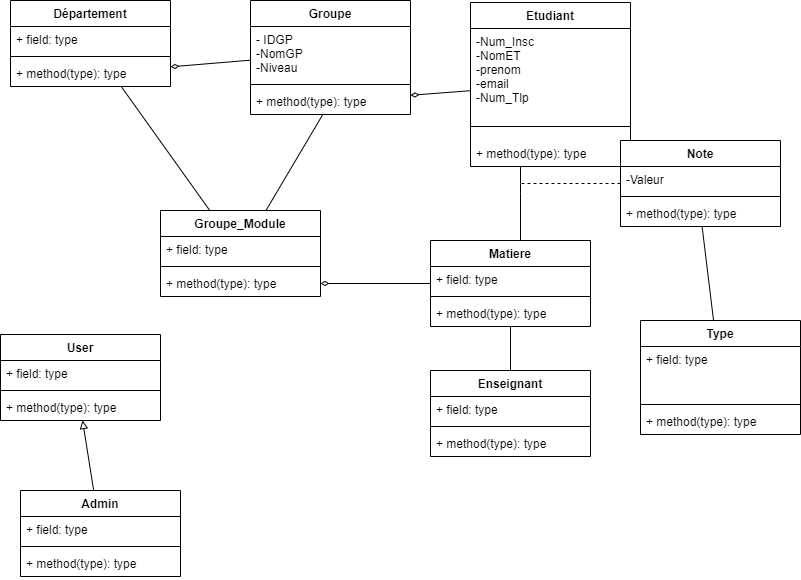
Earlier version of the draw.io export Diag.drawio.png (malouu/Diag_JEE). Source tidied: cells renumbered, new cells last; positions are measured from the earlier drawing's top-left corner, leaving out a move shared by most shapes. Source of this version:
```xml
<mxGraphModel>
  <root>
    <mxCell id="0" />
    <mxCell id="1" parent="0" />
    <mxCell id="2" style="edgeStyle=none;html=1;endArrow=none;endFill=0;" parent="1" edge="1" source="3" target="31">
      <mxGeometry relative="1" as="geometry" />
    </mxCell>
    <mxCell id="3" value="Enseignant" style="swimlane;fontStyle=1;align=center;verticalAlign=top;horizontal=1;startSize=26;" parent="1" vertex="1">
      <mxGeometry x="430" y="370" width="160" height="86" as="geometry" />
    </mxCell>
    <mxCell id="4" value="+ field: type" style="text;strokeColor=none;fillColor=none;align=left;verticalAlign=top;spacingLeft=4;spacingRight=4;overflow=hidden;" parent="3" vertex="1">
      <mxGeometry y="26" width="160" height="26" as="geometry" />
    </mxCell>
    <mxCell id="5" style="line;strokeWidth=1;fillColor=none;align=left;verticalAlign=middle;spacingTop=-1;spacingLeft=3;spacingRight=3;labelPosition=right;" parent="3" vertex="1">
      <mxGeometry y="52" width="160" height="8" as="geometry" />
    </mxCell>
    <mxCell id="6" value="+ method(type): type" style="text;strokeColor=none;fillColor=none;align=left;verticalAlign=top;spacingLeft=4;spacingRight=4;overflow=hidden;" parent="3" vertex="1">
      <mxGeometry y="60" width="160" height="26" as="geometry" />
    </mxCell>
    <mxCell id="7" style="edgeStyle=none;html=1;endArrow=diamondThin;endFill=0;" parent="1" edge="1" source="8" target="20">
      <mxGeometry relative="1" as="geometry" />
    </mxCell>
    <mxCell id="8" value="Etudiant" style="swimlane;fontStyle=1;align=center;verticalAlign=top;horizontal=1;startSize=26;" parent="1" vertex="1">
      <mxGeometry x="470" y="2" width="160" height="164" as="geometry" />
    </mxCell>
    <mxCell id="9" value="-Num_Insc&#10;-NomET&#10;-prenom&#10;-email&#10;-Num_Tlp&#10;&#10;" style="text;strokeColor=none;fillColor=none;align=left;verticalAlign=top;spacingLeft=4;spacingRight=4;overflow=hidden;" parent="8" vertex="1">
      <mxGeometry y="26" width="160" height="84" as="geometry" />
    </mxCell>
    <mxCell id="10" style="line;strokeWidth=1;fillColor=none;align=left;verticalAlign=middle;spacingTop=-1;spacingLeft=3;spacingRight=3;labelPosition=right;" parent="8" vertex="1">
      <mxGeometry y="110" width="160" height="28" as="geometry" />
    </mxCell>
    <mxCell id="11" value="+ method(type): type" style="text;strokeColor=none;fillColor=none;align=left;verticalAlign=top;spacingLeft=4;spacingRight=4;overflow=hidden;points=[[0,0.5],[1,0.5]];portConstraint=eastwest;" parent="8" vertex="1">
      <mxGeometry y="138" width="160" height="26" as="geometry" />
    </mxCell>
    <mxCell id="12" style="edgeStyle=elbowEdgeStyle;html=1;startArrow=none;startFill=0;endArrow=none;endFill=0;dashed=1;" parent="1" edge="1" source="13">
      <mxGeometry relative="1" as="geometry">
        <mxPoint x="520" y="183" as="targetPoint" />
      </mxGeometry>
    </mxCell>
    <mxCell id="13" value="Note" style="swimlane;fontStyle=1;align=center;verticalAlign=top;horizontal=1;startSize=26;" parent="1" vertex="1">
      <mxGeometry x="620" y="140" width="160" height="86" as="geometry" />
    </mxCell>
    <mxCell id="14" value="-Valeur&#10;" style="text;strokeColor=none;fillColor=none;align=left;verticalAlign=top;spacingLeft=4;spacingRight=4;overflow=hidden;" parent="13" vertex="1">
      <mxGeometry y="26" width="160" height="26" as="geometry" />
    </mxCell>
    <mxCell id="15" style="line;strokeWidth=1;fillColor=none;align=left;verticalAlign=middle;spacingTop=-1;spacingLeft=3;spacingRight=3;labelPosition=right;" parent="13" vertex="1">
      <mxGeometry y="52" width="160" height="8" as="geometry" />
    </mxCell>
    <mxCell id="16" value="+ method(type): type" style="text;strokeColor=none;fillColor=none;align=left;verticalAlign=top;spacingLeft=4;spacingRight=4;overflow=hidden;points=[[0,0.5],[1,0.5]];portConstraint=eastwest;" parent="13" vertex="1">
      <mxGeometry y="60" width="160" height="26" as="geometry" />
    </mxCell>
    <mxCell id="17" value="Groupe" style="swimlane;fontStyle=1;align=center;verticalAlign=top;horizontal=1;startSize=26;" parent="1" vertex="1">
      <mxGeometry x="250" width="160" height="114" as="geometry" />
    </mxCell>
    <mxCell id="18" value="- IDGP&#10;-NomGP&#10;-Niveau&#10;" style="text;strokeColor=none;fillColor=none;align=left;verticalAlign=top;spacingLeft=4;spacingRight=4;overflow=hidden;points=[[0,0.5],[1,0.5]];portConstraint=eastwest;" parent="17" vertex="1">
      <mxGeometry y="26" width="160" height="54" as="geometry" />
    </mxCell>
    <mxCell id="19" style="line;strokeWidth=1;fillColor=none;align=left;verticalAlign=middle;spacingTop=-1;spacingLeft=3;spacingRight=3;labelPosition=right;" parent="17" vertex="1">
      <mxGeometry y="80" width="160" height="8" as="geometry" />
    </mxCell>
    <mxCell id="20" value="+ method(type): type" style="text;strokeColor=none;fillColor=none;align=left;verticalAlign=top;spacingLeft=4;spacingRight=4;overflow=hidden;points=[[0,0.5],[1,0.5]];portConstraint=eastwest;" parent="17" vertex="1">
      <mxGeometry y="88" width="160" height="26" as="geometry" />
    </mxCell>
    <mxCell id="21" style="edgeStyle=none;html=1;endArrow=none;endFill=0;" parent="1" edge="1" source="22" target="20">
      <mxGeometry relative="1" as="geometry" />
    </mxCell>
    <mxCell id="22" value="Groupe_Module" style="swimlane;fontStyle=1;align=center;verticalAlign=top;horizontal=1;startSize=26;" parent="1" vertex="1">
      <mxGeometry x="160" y="210" width="160" height="86" as="geometry" />
    </mxCell>
    <mxCell id="23" value="+ field: type" style="text;strokeColor=none;fillColor=none;align=left;verticalAlign=top;spacingLeft=4;spacingRight=4;overflow=hidden;" parent="22" vertex="1">
      <mxGeometry y="26" width="160" height="26" as="geometry" />
    </mxCell>
    <mxCell id="24" style="line;strokeWidth=1;fillColor=none;align=left;verticalAlign=middle;spacingTop=-1;spacingLeft=3;spacingRight=3;labelPosition=right;" parent="22" vertex="1">
      <mxGeometry y="52" width="160" height="8" as="geometry" />
    </mxCell>
    <mxCell id="25" value="+ method(type): type" style="text;strokeColor=none;fillColor=none;align=left;verticalAlign=top;spacingLeft=4;spacingRight=4;overflow=hidden;points=[[0,0.5],[1,0.5]];portConstraint=eastwest;" parent="22" vertex="1">
      <mxGeometry y="60" width="160" height="26" as="geometry" />
    </mxCell>
    <mxCell id="26" style="edgeStyle=none;html=1;endArrow=diamondThin;endFill=0;" parent="1" edge="1" source="28" target="25">
      <mxGeometry relative="1" as="geometry" />
    </mxCell>
    <mxCell id="27" style="edgeStyle=elbowEdgeStyle;html=1;endArrow=none;endFill=0;startArrow=baseDash;startFill=0;" parent="1" edge="1" source="28" target="11">
      <mxGeometry relative="1" as="geometry">
        <Array as="points">
          <mxPoint x="520" y="183" />
        </Array>
      </mxGeometry>
    </mxCell>
    <mxCell id="28" value="Matiere" style="swimlane;fontStyle=1;align=center;verticalAlign=top;horizontal=1;startSize=26;" parent="1" vertex="1">
      <mxGeometry x="430" y="240" width="160" height="86" as="geometry" />
    </mxCell>
    <mxCell id="29" value="+ field: type" style="text;strokeColor=none;fillColor=none;align=left;verticalAlign=top;spacingLeft=4;spacingRight=4;overflow=hidden;" parent="28" vertex="1">
      <mxGeometry y="26" width="160" height="26" as="geometry" />
    </mxCell>
    <mxCell id="30" style="line;strokeWidth=1;fillColor=none;align=left;verticalAlign=middle;spacingTop=-1;spacingLeft=3;spacingRight=3;labelPosition=right;" parent="28" vertex="1">
      <mxGeometry y="52" width="160" height="8" as="geometry" />
    </mxCell>
    <mxCell id="31" value="+ method(type): type" style="text;strokeColor=none;fillColor=none;align=left;verticalAlign=top;spacingLeft=4;spacingRight=4;overflow=hidden;points=[[0,0.5],[1,0.5]];portConstraint=eastwest;" parent="28" vertex="1">
      <mxGeometry y="60" width="160" height="26" as="geometry" />
    </mxCell>
    <mxCell id="32" value="User" style="swimlane;fontStyle=1;align=center;verticalAlign=top;horizontal=1;startSize=26;" parent="1" vertex="1">
      <mxGeometry y="334" width="160" height="86" as="geometry" />
    </mxCell>
    <mxCell id="33" value="+ field: type" style="text;strokeColor=none;fillColor=none;align=left;verticalAlign=top;spacingLeft=4;spacingRight=4;overflow=hidden;" parent="32" vertex="1">
      <mxGeometry y="26" width="160" height="26" as="geometry" />
    </mxCell>
    <mxCell id="34" style="line;strokeWidth=1;fillColor=none;align=left;verticalAlign=middle;spacingTop=-1;spacingLeft=3;spacingRight=3;labelPosition=right;" parent="32" vertex="1">
      <mxGeometry y="52" width="160" height="8" as="geometry" />
    </mxCell>
    <mxCell id="35" value="+ method(type): type" style="text;strokeColor=none;fillColor=none;align=left;verticalAlign=top;spacingLeft=4;spacingRight=4;overflow=hidden;points=[[0,0.5],[1,0.5]];portConstraint=eastwest;" parent="32" vertex="1">
      <mxGeometry y="60" width="160" height="26" as="geometry" />
    </mxCell>
    <mxCell id="36" style="edgeStyle=none;html=1;endArrow=none;endFill=0;" parent="1" edge="1" source="37" target="22">
      <mxGeometry relative="1" as="geometry" />
    </mxCell>
    <mxCell id="37" value="Département" style="swimlane;fontStyle=1;align=center;verticalAlign=top;horizontal=1;startSize=26;" parent="1" vertex="1">
      <mxGeometry x="10" width="160" height="86" as="geometry" />
    </mxCell>
    <mxCell id="38" value="+ field: type" style="text;strokeColor=none;fillColor=none;align=left;verticalAlign=top;spacingLeft=4;spacingRight=4;overflow=hidden;" parent="37" vertex="1">
      <mxGeometry y="26" width="160" height="26" as="geometry" />
    </mxCell>
    <mxCell id="39" style="line;strokeWidth=1;fillColor=none;align=left;verticalAlign=middle;spacingTop=-1;spacingLeft=3;spacingRight=3;labelPosition=right;" parent="37" vertex="1">
      <mxGeometry y="52" width="160" height="8" as="geometry" />
    </mxCell>
    <mxCell id="40" value="+ method(type): type" style="text;strokeColor=none;fillColor=none;align=left;verticalAlign=top;spacingLeft=4;spacingRight=4;overflow=hidden;points=[[0,0.5],[1,0.5]];portConstraint=eastwest;" parent="37" vertex="1">
      <mxGeometry y="60" width="160" height="26" as="geometry" />
    </mxCell>
    <mxCell id="41" style="edgeStyle=none;html=1;endArrow=diamondThin;endFill=0;" parent="1" edge="1" source="18" target="40">
      <mxGeometry relative="1" as="geometry" />
    </mxCell>
    <mxCell id="42" style="text;strokeColor=none;fillColor=none;align=left;verticalAlign=middle;spacingTop=-1;spacingLeft=4;spacingRight=4;labelPosition=right;" parent="1" vertex="1">
      <mxGeometry x="390" y="230" width="20" height="14" as="geometry" />
    </mxCell>
    <mxCell id="43" style="edgeStyle=none;html=1;endArrow=none;endFill=0;" parent="1" edge="1" source="44" target="16">
      <mxGeometry relative="1" as="geometry" />
    </mxCell>
    <mxCell id="44" value="Type" style="swimlane;fontStyle=1;align=center;verticalAlign=top;horizontal=1;startSize=26;" parent="1" vertex="1">
      <mxGeometry x="640" y="320" width="160" height="114" as="geometry" />
    </mxCell>
    <mxCell id="45" value="+ field: type" style="text;strokeColor=none;fillColor=none;align=left;verticalAlign=top;spacingLeft=4;spacingRight=4;overflow=hidden;" parent="44" vertex="1">
      <mxGeometry y="26" width="160" height="54" as="geometry" />
    </mxCell>
    <mxCell id="46" style="line;strokeWidth=1;fillColor=none;align=left;verticalAlign=middle;spacingTop=-1;spacingLeft=3;spacingRight=3;labelPosition=right;" parent="44" vertex="1">
      <mxGeometry y="80" width="160" height="8" as="geometry" />
    </mxCell>
    <mxCell id="47" value="+ method(type): type" style="text;strokeColor=none;fillColor=none;align=left;verticalAlign=top;spacingLeft=4;spacingRight=4;overflow=hidden;" parent="44" vertex="1">
      <mxGeometry y="88" width="160" height="26" as="geometry" />
    </mxCell>
    <mxCell id="48" style="edgeStyle=none;html=1;endArrow=block;endFill=0;" parent="1" edge="1" source="49" target="35">
      <mxGeometry relative="1" as="geometry" />
    </mxCell>
    <mxCell id="49" value="Admin" style="swimlane;fontStyle=1;align=center;verticalAlign=top;horizontal=1;startSize=26;" parent="1" vertex="1">
      <mxGeometry x="20" y="490" width="160" height="86" as="geometry" />
    </mxCell>
    <mxCell id="50" value="+ field: type" style="text;strokeColor=none;fillColor=none;align=left;verticalAlign=top;spacingLeft=4;spacingRight=4;overflow=hidden;" parent="49" vertex="1">
      <mxGeometry y="26" width="160" height="26" as="geometry" />
    </mxCell>
    <mxCell id="51" style="line;strokeWidth=1;fillColor=none;align=left;verticalAlign=middle;spacingTop=-1;spacingLeft=3;spacingRight=3;labelPosition=right;" parent="49" vertex="1">
      <mxGeometry y="52" width="160" height="8" as="geometry" />
    </mxCell>
    <mxCell id="52" value="+ method(type): type" style="text;strokeColor=none;fillColor=none;align=left;verticalAlign=top;spacingLeft=4;spacingRight=4;overflow=hidden;" parent="49" vertex="1">
      <mxGeometry y="60" width="160" height="26" as="geometry" />
    </mxCell>
  </root>
</mxGraphModel>
```
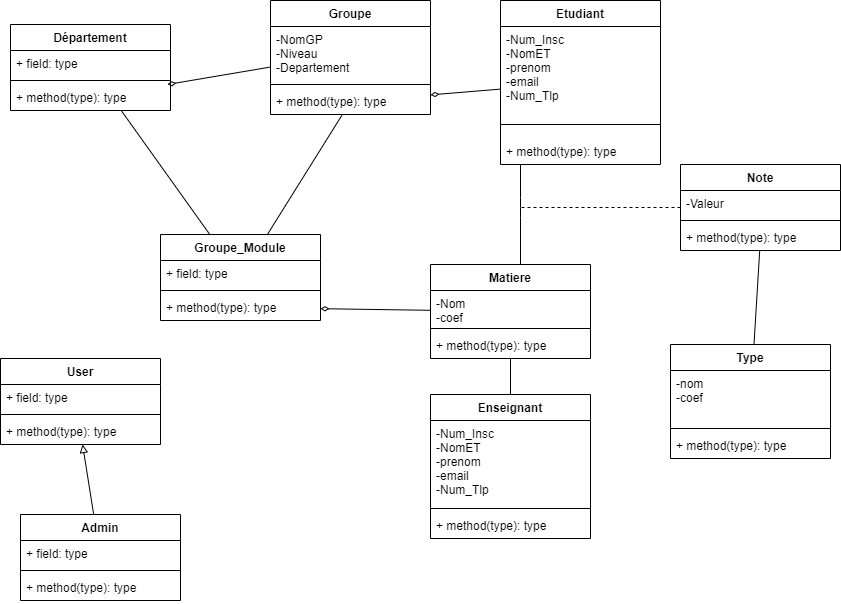
The same diagram one commit later.

Diff of the diagram source:
```diff
@@ -6,22 +6,22 @@
       <mxGeometry relative="1" as="geometry" />
     </mxCell>
     <mxCell id="3" value="Enseignant" style="swimlane;fontStyle=1;align=center;verticalAlign=top;horizontal=1;startSize=26;" parent="1" vertex="1">
-      <mxGeometry x="430" y="370" width="160" height="86" as="geometry" />
+      <mxGeometry x="430" y="370" width="160" height="144" as="geometry" />
     </mxCell>
-    <mxCell id="4" value="+ field: type" style="text;strokeColor=none;fillColor=none;align=left;verticalAlign=top;spacingLeft=4;spacingRight=4;overflow=hidden;" parent="3" vertex="1">
-      <mxGeometry y="26" width="160" height="26" as="geometry" />
+    <mxCell id="4" value="-Num_Insc&#10;-NomET&#10;-prenom&#10;-email&#10;-Num_Tlp&#10;&#10;" style="text;strokeColor=none;fillColor=none;align=left;verticalAlign=top;spacingLeft=4;spacingRight=4;overflow=hidden;" parent="3" vertex="1">
+      <mxGeometry y="26" width="160" height="84" as="geometry" />
     </mxCell>
     <mxCell id="5" style="line;strokeWidth=1;fillColor=none;align=left;verticalAlign=middle;spacingTop=-1;spacingLeft=3;spacingRight=3;labelPosition=right;" parent="3" vertex="1">
-      <mxGeometry y="52" width="160" height="8" as="geometry" />
+      <mxGeometry y="110" width="160" height="8" as="geometry" />
     </mxCell>
     <mxCell id="6" value="+ method(type): type" style="text;strokeColor=none;fillColor=none;align=left;verticalAlign=top;spacingLeft=4;spacingRight=4;overflow=hidden;" parent="3" vertex="1">
-      <mxGeometry y="60" width="160" height="26" as="geometry" />
+      <mxGeometry y="118" width="160" height="26" as="geometry" />
     </mxCell>
     <mxCell id="7" style="edgeStyle=none;html=1;endArrow=diamondThin;endFill=0;" parent="1" edge="1" source="8" target="20">
       <mxGeometry relative="1" as="geometry" />
     </mxCell>
     <mxCell id="8" value="Etudiant" style="swimlane;fontStyle=1;align=center;verticalAlign=top;horizontal=1;startSize=26;" parent="1" vertex="1">
-      <mxGeometry x="470" y="2" width="160" height="164" as="geometry" />
+      <mxGeometry x="500" y="-24" width="160" height="164" as="geometry" />
     </mxCell>
     <mxCell id="9" value="-Num_Insc&#10;-NomET&#10;-prenom&#10;-email&#10;-Num_Tlp&#10;&#10;" style="text;strokeColor=none;fillColor=none;align=left;verticalAlign=top;spacingLeft=4;spacingRight=4;overflow=hidden;" parent="8" vertex="1">
       <mxGeometry y="26" width="160" height="84" as="geometry" />
@@ -38,7 +38,7 @@
       </mxGeometry>
     </mxCell>
     <mxCell id="13" value="Note" style="swimlane;fontStyle=1;align=center;verticalAlign=top;horizontal=1;startSize=26;" parent="1" vertex="1">
-      <mxGeometry x="620" y="140" width="160" height="86" as="geometry" />
+      <mxGeometry x="680" y="140" width="160" height="86" as="geometry" />
     </mxCell>
     <mxCell id="14" value="-Valeur&#10;" style="text;strokeColor=none;fillColor=none;align=left;verticalAlign=top;spacingLeft=4;spacingRight=4;overflow=hidden;" parent="13" vertex="1">
       <mxGeometry y="26" width="160" height="26" as="geometry" />
@@ -50,9 +50,9 @@
       <mxGeometry y="60" width="160" height="26" as="geometry" />
     </mxCell>
     <mxCell id="17" value="Groupe" style="swimlane;fontStyle=1;align=center;verticalAlign=top;horizontal=1;startSize=26;" parent="1" vertex="1">
-      <mxGeometry x="250" width="160" height="114" as="geometry" />
+      <mxGeometry x="270" y="-24" width="160" height="114" as="geometry" />
     </mxCell>
-    <mxCell id="18" value="- IDGP&#10;-NomGP&#10;-Niveau&#10;" style="text;strokeColor=none;fillColor=none;align=left;verticalAlign=top;spacingLeft=4;spacingRight=4;overflow=hidden;points=[[0,0.5],[1,0.5]];portConstraint=eastwest;" parent="17" vertex="1">
+    <mxCell id="18" value="-NomGP&#10;-Niveau&#10;-Departement" style="text;strokeColor=none;fillColor=none;align=left;verticalAlign=top;spacingLeft=4;spacingRight=4;overflow=hidden;points=[[0,0.5],[1,0.5]];portConstraint=eastwest;" parent="17" vertex="1">
       <mxGeometry y="26" width="160" height="54" as="geometry" />
     </mxCell>
     <mxCell id="19" style="line;strokeWidth=1;fillColor=none;align=left;verticalAlign=middle;spacingTop=-1;spacingLeft=3;spacingRight=3;labelPosition=right;" parent="17" vertex="1">
@@ -87,16 +87,16 @@
       </mxGeometry>
     </mxCell>
     <mxCell id="28" value="Matiere" style="swimlane;fontStyle=1;align=center;verticalAlign=top;horizontal=1;startSize=26;" parent="1" vertex="1">
-      <mxGeometry x="430" y="240" width="160" height="86" as="geometry" />
+      <mxGeometry x="430" y="240" width="160" height="94" as="geometry" />
     </mxCell>
-    <mxCell id="29" value="+ field: type" style="text;strokeColor=none;fillColor=none;align=left;verticalAlign=top;spacingLeft=4;spacingRight=4;overflow=hidden;" parent="28" vertex="1">
-      <mxGeometry y="26" width="160" height="26" as="geometry" />
+    <mxCell id="29" value="-Nom &#10;-coef" style="text;strokeColor=none;fillColor=none;align=left;verticalAlign=top;spacingLeft=4;spacingRight=4;overflow=hidden;" parent="28" vertex="1">
+      <mxGeometry y="26" width="160" height="34" as="geometry" />
     </mxCell>
     <mxCell id="30" style="line;strokeWidth=1;fillColor=none;align=left;verticalAlign=middle;spacingTop=-1;spacingLeft=3;spacingRight=3;labelPosition=right;" parent="28" vertex="1">
-      <mxGeometry y="52" width="160" height="8" as="geometry" />
+      <mxGeometry y="60" width="160" height="8" as="geometry" />
     </mxCell>
     <mxCell id="31" value="+ method(type): type" style="text;strokeColor=none;fillColor=none;align=left;verticalAlign=top;spacingLeft=4;spacingRight=4;overflow=hidden;points=[[0,0.5],[1,0.5]];portConstraint=eastwest;" parent="28" vertex="1">
-      <mxGeometry y="60" width="160" height="26" as="geometry" />
+      <mxGeometry y="68" width="160" height="26" as="geometry" />
     </mxCell>
     <mxCell id="32" value="User" style="swimlane;fontStyle=1;align=center;verticalAlign=top;horizontal=1;startSize=26;" parent="1" vertex="1">
       <mxGeometry y="334" width="160" height="86" as="geometry" />
@@ -135,9 +135,9 @@
       <mxGeometry relative="1" as="geometry" />
     </mxCell>
     <mxCell id="44" value="Type" style="swimlane;fontStyle=1;align=center;verticalAlign=top;horizontal=1;startSize=26;" parent="1" vertex="1">
-      <mxGeometry x="640" y="320" width="160" height="114" as="geometry" />
+      <mxGeometry x="670" y="320" width="160" height="114" as="geometry" />
     </mxCell>
-    <mxCell id="45" value="+ field: type" style="text;strokeColor=none;fillColor=none;align=left;verticalAlign=top;spacingLeft=4;spacingRight=4;overflow=hidden;" parent="44" vertex="1">
+    <mxCell id="45" value="-nom&#10;-coef" style="text;strokeColor=none;fillColor=none;align=left;verticalAlign=top;spacingLeft=4;spacingRight=4;overflow=hidden;" parent="44" vertex="1">
       <mxGeometry y="26" width="160" height="54" as="geometry" />
     </mxCell>
     <mxCell id="46" style="line;strokeWidth=1;fillColor=none;align=left;verticalAlign=middle;spacingTop=-1;spacingLeft=3;spacingRight=3;labelPosition=right;" parent="44" vertex="1">
```
